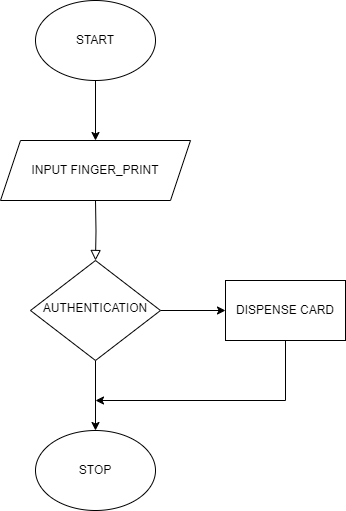
The draw.io diagram authentication.png in wanZ772/peanut_smart_wallet, before a commit. Source tidied: cells renumbered, new cells last; positions are measured from the earlier drawing's top-left corner, leaving out a move shared by most shapes.
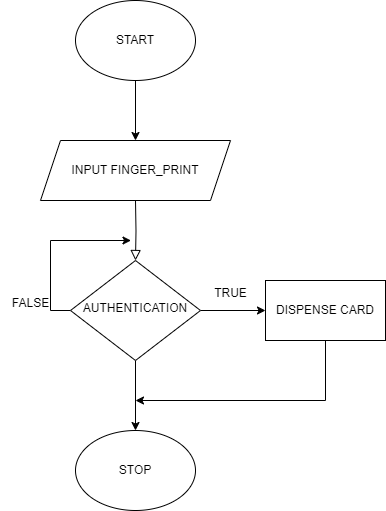
The same diagram one commit later.

What changed in the source:
```diff
@@ -13,6 +13,11 @@
     <mxCell id="4" style="edgeStyle=orthogonalEdgeStyle;rounded=0;jettySize=auto;html=1;exitX=1;exitY=0.5;exitDx=0;exitDy=0;entryX=0;entryY=0.5;entryDx=0;entryDy=0;" parent="1" edge="1" source="5" target="11">
       <mxGeometry relative="1" as="geometry" />
     </mxCell>
+    <mxCell id="12" style="edgeStyle=orthogonalEdgeStyle;rounded=0;jettySize=auto;html=1;exitX=0;exitY=0.5;exitDx=0;exitDy=0;" parent="1" edge="1" source="5">
+      <mxGeometry relative="1" as="geometry">
+        <mxPoint x="90" y="240" as="targetPoint" />
+      </mxGeometry>
+    </mxCell>
     <mxCell id="5" value="AUTHENTICATION" style="rhombus;whiteSpace=wrap;html=1;shadow=0;fontFamily=Helvetica;fontSize=12;align=center;strokeWidth=1;spacing=6;spacingTop=-4;" parent="1" vertex="1">
       <mxGeometry x="30" y="260" width="130" height="100" as="geometry" />
     </mxCell>
@@ -39,5 +44,11 @@
     <mxCell id="11" value="DISPENSE CARD" style="rounded=0;whiteSpace=wrap;html=1;" parent="1" vertex="1">
       <mxGeometry x="225" y="280" width="120" height="60" as="geometry" />
     </mxCell>
+    <mxCell id="13" value="TRUE" style="text;html=1;align=center;verticalAlign=middle;strokeColor=none;fillColor=none;" parent="1" vertex="1">
+      <mxGeometry x="160" y="278" width="60" height="30" as="geometry" />
+    </mxCell>
+    <mxCell id="14" value="FALSE" style="text;html=1;align=center;verticalAlign=middle;strokeColor=none;fillColor=none;" parent="1" vertex="1">
+      <mxGeometry x="-40" y="288" width="60" height="30" as="geometry" />
+    </mxCell>
   </root>
 </mxGraphModel>
```
